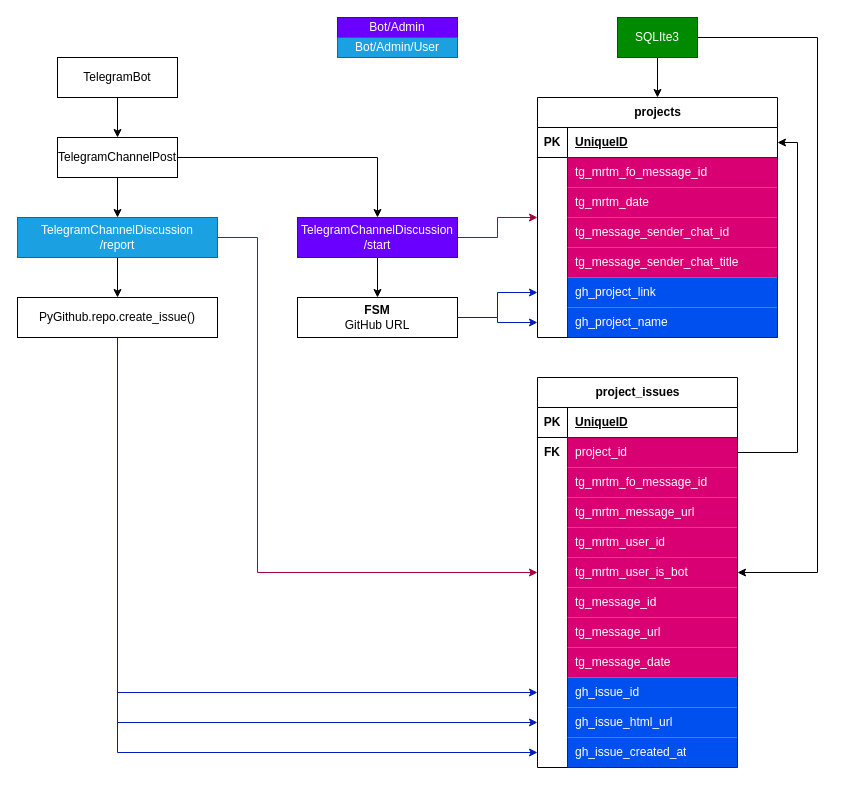
The draw.io diagram docs/readme/Diagram.drawio in ames0k0/IssueTracker, before the edit. Source tidied: cells renumbered, new cells numbered last; positions are measured from the earlier drawing's top-left corner, leaving out a move shared by most shapes. Both pictures are drawn from the tidied source at 100%, with x=0, y=0 at pixel (17, 17).
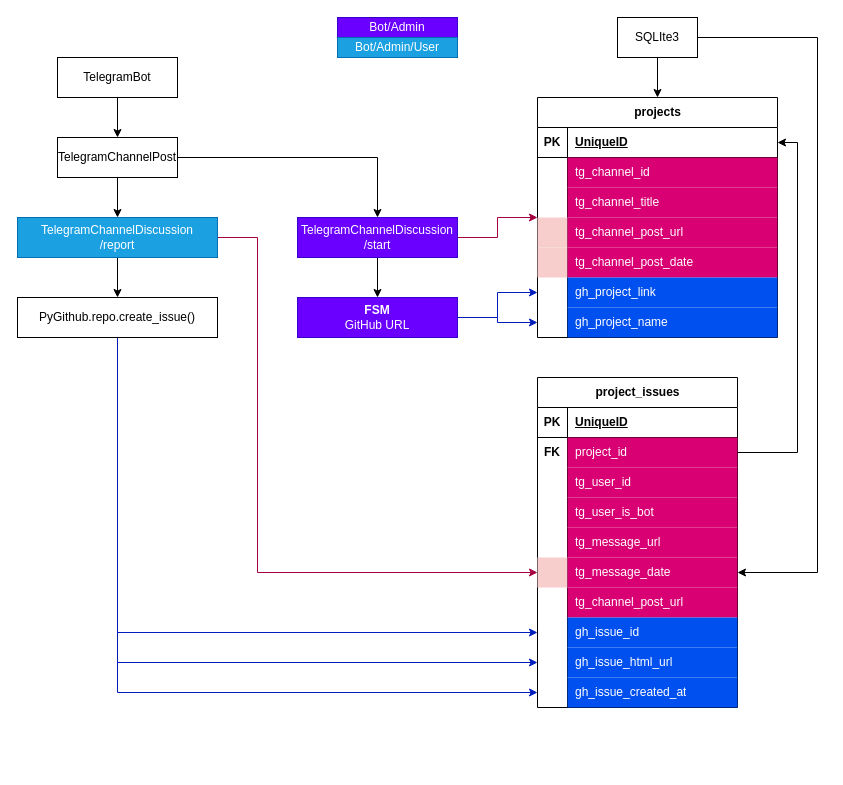
Above is the later version.

Unchanged cells that the change refers to:
```xml
<mxCell id="18" style="shape=tableRow;horizontal=0;startSize=0;swimlaneHead=0;swimlaneBody=0;fillColor=none;top=0;left=0;right=0;bottom=0;" parent="14" vertex="1">
  <mxGeometry y="60" width="240" height="30" as="geometry" />
</mxCell>
<mxCell id="21" style="shape=tableRow;horizontal=0;startSize=0;swimlaneHead=0;swimlaneBody=0;fillColor=none;top=0;left=0;right=0;bottom=0;" parent="14" vertex="1">
  <mxGeometry y="90" width="240" height="30" as="geometry" />
</mxCell>
<mxCell id="24" style="shape=tableRow;horizontal=0;startSize=0;swimlaneHead=0;swimlaneBody=0;fillColor=none;top=0;left=0;right=0;bottom=0;" parent="14" vertex="1">
  <mxGeometry y="120" width="240" height="30" as="geometry" />
</mxCell>
<mxCell id="27" style="shape=tableRow;horizontal=0;startSize=0;swimlaneHead=0;swimlaneBody=0;fillColor=none;top=0;left=0;right=0;bottom=0;" parent="14" vertex="1">
  <mxGeometry y="150" width="240" height="30" as="geometry" />
</mxCell>
```

Diff of the diagram source:
```diff
@@
-    <mxCell id="7" value="SQLIte3" style="rounded=0;whiteSpace=wrap;html=1;fillColor=#008a00;fontColor=#ffffff;strokeColor=#005700;" parent="1" vertex="1">
+    <mxCell id="7" value="SQLIte3" style="rounded=0;whiteSpace=wrap;html=1;" parent="1" vertex="1">
       <mxGeometry x="600" width="80" height="40" as="geometry" />
     </mxCell>
@@
-    <mxCell id="20" value="tg_mrtm_fo_message_id" style="shape=partialRectangle;fillColor=#d80073;top=0;left=0;bottom=0;right=0;align=left;spacingLeft=6;overflow=hidden;whiteSpace=wrap;html=1;fontColor=#ffffff;strokeColor=#A50040;" parent="18" vertex="1">
+    <mxCell id="20" value="tg_channel_id" style="shape=partialRectangle;fillColor=#d80073;top=0;left=0;bottom=0;right=0;align=left;spacingLeft=6;overflow=hidden;whiteSpace=wrap;html=1;fontColor=#ffffff;strokeColor=#A50040;" parent="18" vertex="1">
       <mxGeometry x="30" width="210" height="30" as="geometry" />
     </mxCell>
@@
-    <mxCell id="23" value="tg_mrtm_date" style="shape=partialRectangle;fillColor=#d80073;top=0;left=0;bottom=0;right=0;align=left;spacingLeft=6;overflow=hidden;whiteSpace=wrap;html=1;fontColor=#ffffff;strokeColor=#A50040;" parent="21" vertex="1">
+    <mxCell id="23" value="tg_channel_title" style="shape=partialRectangle;fillColor=#d80073;top=0;left=0;bottom=0;right=0;align=left;spacingLeft=6;overflow=hidden;whiteSpace=wrap;html=1;fontColor=#ffffff;strokeColor=#A50040;" parent="21" vertex="1">
       <mxGeometry x="30" width="210" height="30" as="geometry" />
     </mxCell>
@@
-    <mxCell id="25" style="shape=partialRectangle;fillColor=none;top=0;left=0;bottom=0;right=0;overflow=hidden;whiteSpace=wrap;html=1;" parent="24" vertex="1">
+    <mxCell id="25" style="shape=partialRectangle;fillColor=#f8cecc;top=0;left=0;bottom=0;right=0;overflow=hidden;whiteSpace=wrap;html=1;strokeColor=#b85450;" parent="24" vertex="1">
       <mxGeometry width="30" height="30" as="geometry" />
     </mxCell>
-    <mxCell id="26" value="tg_message_sender_chat_id" style="shape=partialRectangle;fillColor=#d80073;top=0;left=0;bottom=0;right=0;align=left;spacingLeft=6;overflow=hidden;whiteSpace=wrap;html=1;fontColor=#ffffff;strokeColor=#A50040;" parent="24" vertex="1">
+    <mxCell id="26" value="tg_channel_post_url" style="shape=partialRectangle;fillColor=#d80073;top=0;left=0;bottom=0;right=0;align=left;spacingLeft=6;overflow=hidden;whiteSpace=wrap;html=1;fontColor=#ffffff;strokeColor=#A50040;" parent="24" vertex="1">
       <mxGeometry x="30" width="210" height="30" as="geometry" />
     </mxCell>
@@
-    <mxCell id="28" style="shape=partialRectangle;fillColor=none;top=0;left=0;bottom=0;right=0;overflow=hidden;whiteSpace=wrap;html=1;" parent="27" vertex="1">
+    <mxCell id="28" style="shape=partialRectangle;fillColor=#f8cecc;top=0;left=0;bottom=0;right=0;overflow=hidden;whiteSpace=wrap;html=1;strokeColor=#b85450;" parent="27" vertex="1">
       <mxGeometry width="30" height="30" as="geometry" />
     </mxCell>
-    <mxCell id="29" value="tg_message_sender_chat_title" style="shape=partialRectangle;fillColor=#d80073;top=0;left=0;bottom=0;right=0;align=left;spacingLeft=6;overflow=hidden;whiteSpace=wrap;html=1;fontColor=#ffffff;strokeColor=#A50040;" parent="27" vertex="1">
+    <mxCell id="29" value="tg_channel_post_date" style="shape=partialRectangle;fillColor=#d80073;top=0;left=0;bottom=0;right=0;align=left;spacingLeft=6;overflow=hidden;whiteSpace=wrap;html=1;fontColor=#ffffff;strokeColor=#A50040;" parent="27" vertex="1">
       <mxGeometry x="30" width="210" height="30" as="geometry" />
     </mxCell>
@@
     <mxCell id="36" value="project_issues" style="shape=table;startSize=30;childLayout=tableLayout;rowLines=0;fontStyle=1;align=center;html=1;" parent="1" vertex="1">
-      <mxGeometry x="520" y="360" width="200" height="390" as="geometry" />
+      <mxGeometry x="520" y="360" width="200" height="330" as="geometry" />
     </mxCell>
@@
-    <mxCell id="43" style="shape=tableRow;horizontal=0;startSize=0;swimlaneHead=0;swimlaneBody=0;fillColor=none;top=0;left=0;right=0;bottom=0;" parent="36" vertex="1">
-      <mxGeometry y="90" width="200" height="30" as="geometry" />
-    </mxCell>
-    <mxCell id="44" style="shape=partialRectangle;fillColor=none;top=0;left=0;bottom=0;right=0;overflow=hidden;whiteSpace=wrap;html=1;" parent="43" vertex="1">
-      <mxGeometry width="30" height="30" as="geometry" />
-    </mxCell>
-    <mxCell id="45" value="tg_mrtm_fo_message_id" style="shape=partialRectangle;fillColor=#d80073;top=0;left=0;bottom=0;right=0;align=left;spacingLeft=6;overflow=hidden;whiteSpace=wrap;html=1;fontColor=#ffffff;strokeColor=#A50040;" parent="43" vertex="1">
-      <mxGeometry x="30" width="170" height="30" as="geometry" />
-    </mxCell>
-    <mxCell id="46" style="shape=tableRow;horizontal=0;startSize=0;swimlaneHead=0;swimlaneBody=0;fillColor=none;top=0;left=0;right=0;bottom=0;" parent="36" vertex="1">
-      <mxGeometry y="120" width="200" height="30" as="geometry" />
-    </mxCell>
-    <mxCell id="47" style="shape=partialRectangle;fillColor=none;top=0;left=0;bottom=0;right=0;overflow=hidden;whiteSpace=wrap;html=1;" parent="46" vertex="1">
-      <mxGeometry width="30" height="30" as="geometry" />
-    </mxCell>
-    <mxCell id="48" value="tg_mrtm_message_url" style="shape=partialRectangle;fillColor=#d80073;top=0;left=0;bottom=0;right=0;align=left;spacingLeft=6;overflow=hidden;whiteSpace=wrap;html=1;fontColor=#ffffff;strokeColor=#A50040;" parent="46" vertex="1">
-      <mxGeometry x="30" width="170" height="30" as="geometry" />
-    </mxCell>
     <mxCell id="49" style="shape=tableRow;horizontal=0;startSize=0;swimlaneHead=0;swimlaneBody=0;fillColor=none;top=0;left=0;right=0;bottom=0;" parent="36" vertex="1">
-      <mxGeometry y="150" width="200" height="30" as="geometry" />
+      <mxGeometry y="90" width="200" height="30" as="geometry" />
     </mxCell>
@@
-    <mxCell id="51" value="tg_mrtm_user_id" style="shape=partialRectangle;fillColor=#d80073;top=0;left=0;bottom=0;right=0;align=left;spacingLeft=6;overflow=hidden;whiteSpace=wrap;html=1;fontColor=#ffffff;strokeColor=#A50040;" parent="49" vertex="1">
+    <mxCell id="51" value="tg_user_id" style="shape=partialRectangle;fillColor=#d80073;top=0;left=0;bottom=0;right=0;align=left;spacingLeft=6;overflow=hidden;whiteSpace=wrap;html=1;fontColor=#ffffff;strokeColor=#A50040;" parent="49" vertex="1">
       <mxGeometry x="30" width="170" height="30" as="geometry" />
     </mxCell>
     <mxCell id="52" style="shape=tableRow;horizontal=0;startSize=0;swimlaneHead=0;swimlaneBody=0;fillColor=none;top=0;left=0;right=0;bottom=0;" parent="36" vertex="1">
-      <mxGeometry y="180" width="200" height="30" as="geometry" />
+      <mxGeometry y="120" width="200" height="30" as="geometry" />
     </mxCell>
@@
-    <mxCell id="54" value="tg_mrtm_user_is_bot" style="shape=partialRectangle;fillColor=#d80073;top=0;left=0;bottom=0;right=0;align=left;spacingLeft=6;overflow=hidden;whiteSpace=wrap;html=1;fontColor=#ffffff;strokeColor=#A50040;" parent="52" vertex="1">
+    <mxCell id="54" value="tg_user_is_bot" style="shape=partialRectangle;fillColor=#d80073;top=0;left=0;bottom=0;right=0;align=left;spacingLeft=6;overflow=hidden;whiteSpace=wrap;html=1;fontColor=#ffffff;strokeColor=#A50040;" parent="52" vertex="1">
       <mxGeometry x="30" width="170" height="30" as="geometry" />
     </mxCell>
-    <mxCell id="55" style="shape=tableRow;horizontal=0;startSize=0;swimlaneHead=0;swimlaneBody=0;fillColor=none;top=0;left=0;right=0;bottom=0;" parent="36" vertex="1">
-      <mxGeometry y="210" width="200" height="30" as="geometry" />
-    </mxCell>
-    <mxCell id="56" style="shape=partialRectangle;fillColor=none;top=0;left=0;bottom=0;right=0;overflow=hidden;whiteSpace=wrap;html=1;" parent="55" vertex="1">
-      <mxGeometry width="30" height="30" as="geometry" />
-    </mxCell>
-    <mxCell id="57" value="tg_message_id" style="shape=partialRectangle;fillColor=#d80073;top=0;left=0;bottom=0;right=0;align=left;spacingLeft=6;overflow=hidden;whiteSpace=wrap;html=1;fontColor=#ffffff;strokeColor=#A50040;" parent="55" vertex="1">
-      <mxGeometry x="30" width="170" height="30" as="geometry" />
-    </mxCell>
     <mxCell id="58" style="shape=tableRow;horizontal=0;startSize=0;swimlaneHead=0;swimlaneBody=0;fillColor=none;top=0;left=0;right=0;bottom=0;" parent="36" vertex="1">
-      <mxGeometry y="240" width="200" height="30" as="geometry" />
+      <mxGeometry y="150" width="200" height="30" as="geometry" />
     </mxCell>
@@
     <mxCell id="61" style="shape=tableRow;horizontal=0;startSize=0;swimlaneHead=0;swimlaneBody=0;fillColor=none;top=0;left=0;right=0;bottom=0;" parent="36" vertex="1">
-      <mxGeometry y="270" width="200" height="30" as="geometry" />
+      <mxGeometry y="180" width="200" height="30" as="geometry" />
     </mxCell>
-    <mxCell id="62" style="shape=partialRectangle;fillColor=none;top=0;left=0;bottom=0;right=0;overflow=hidden;whiteSpace=wrap;html=1;" parent="61" vertex="1">
+    <mxCell id="62" style="shape=partialRectangle;fillColor=#f8cecc;top=0;left=0;bottom=0;right=0;overflow=hidden;whiteSpace=wrap;html=1;strokeColor=#b85450;" parent="61" vertex="1">
       <mxGeometry width="30" height="30" as="geometry" />
     </mxCell>
@@
+    <mxCell id="55" style="shape=tableRow;horizontal=0;startSize=0;swimlaneHead=0;swimlaneBody=0;fillColor=none;top=0;left=0;right=0;bottom=0;" parent="36" vertex="1">
+      <mxGeometry y="210" width="200" height="30" as="geometry" />
+    </mxCell>
+    <mxCell id="85" style="shape=partialRectangle;fillColor=none;top=0;left=0;bottom=0;right=0;overflow=hidden;whiteSpace=wrap;html=1;" parent="55" vertex="1">
+      <mxGeometry width="30" height="30" as="geometry" />
+    </mxCell>
+    <mxCell id="86" value="tg_channel_post_url" style="shape=partialRectangle;fillColor=#d80073;top=0;left=0;bottom=0;right=0;align=left;spacingLeft=6;overflow=hidden;whiteSpace=wrap;html=1;fontColor=#ffffff;strokeColor=#A50040;" parent="55" vertex="1">
+      <mxGeometry x="30" width="170" height="30" as="geometry" />
+    </mxCell>
     <mxCell id="64" style="shape=tableRow;horizontal=0;startSize=0;swimlaneHead=0;swimlaneBody=0;fillColor=none;points=[[0,0.5],[1,0.5]];portConstraint=eastwest;top=0;left=0;right=0;bottom=0;" parent="36" vertex="1">
-      <mxGeometry y="300" width="200" height="30" as="geometry" />
+      <mxGeometry y="240" width="200" height="30" as="geometry" />
     </mxCell>
@@
     <mxCell id="67" style="shape=tableRow;horizontal=0;startSize=0;swimlaneHead=0;swimlaneBody=0;fillColor=none;points=[[0,0.5],[1,0.5]];portConstraint=eastwest;top=0;left=0;right=0;bottom=0;" parent="36" vertex="1">
-      <mxGeometry y="330" width="200" height="30" as="geometry" />
+      <mxGeometry y="270" width="200" height="30" as="geometry" />
     </mxCell>
@@
     <mxCell id="70" style="shape=tableRow;horizontal=0;startSize=0;swimlaneHead=0;swimlaneBody=0;fillColor=none;points=[[0,0.5],[1,0.5]];portConstraint=eastwest;top=0;left=0;right=0;bottom=0;" parent="36" vertex="1">
-      <mxGeometry y="360" width="200" height="30" as="geometry" />
+      <mxGeometry y="300" width="200" height="30" as="geometry" />
     </mxCell>
@@
-    <mxCell id="78" value="&lt;b&gt;FSM&lt;/b&gt;&lt;div&gt;GitHub URL&lt;/div&gt;" style="whiteSpace=wrap;html=1;rounded=0;" parent="1" vertex="1">
+    <mxCell id="78" value="&lt;b&gt;FSM&lt;/b&gt;&lt;div&gt;GitHub URL&lt;/div&gt;" style="whiteSpace=wrap;html=1;rounded=0;fillColor=#6a00ff;fontColor=#ffffff;strokeColor=#3700CC;" parent="1" vertex="1">
       <mxGeometry x="280" y="280" width="160" height="40" as="geometry" />
     </mxCell>
```
